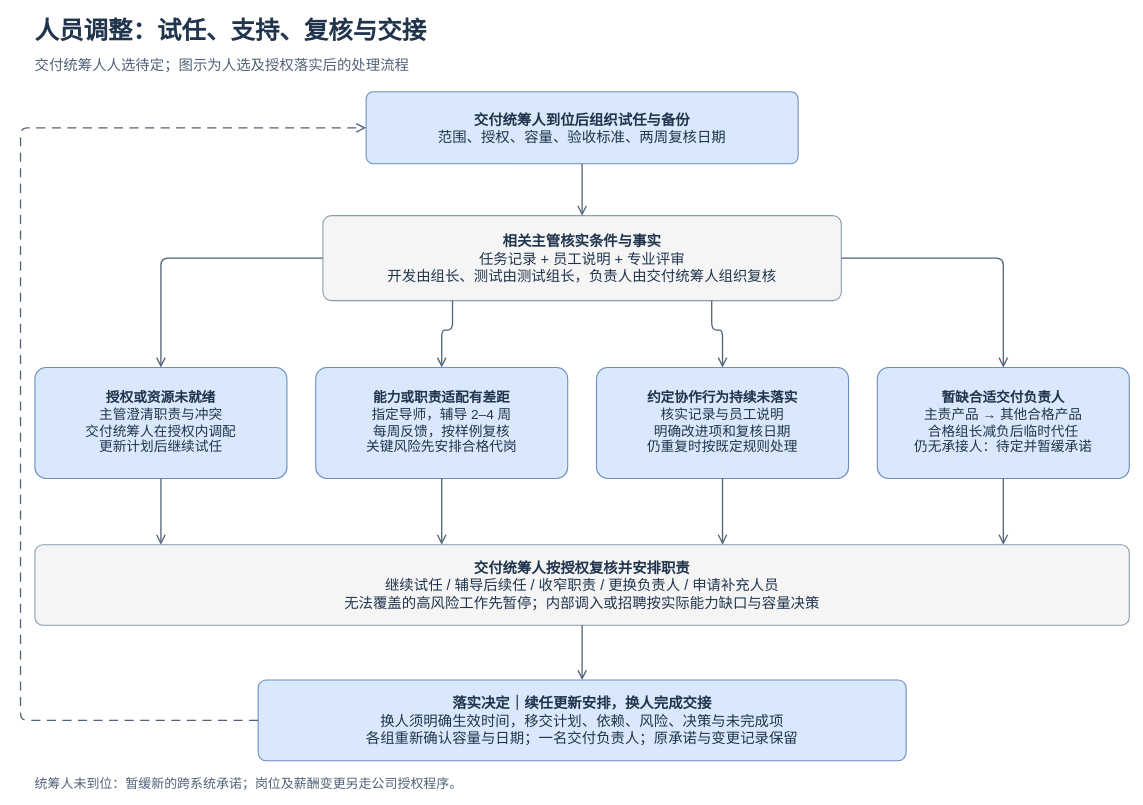
This is 部门整改/人员试任与调整机制.drawio from zhpprivate/document, a draw.io file, before an edit. Source tidied: cells renumbered, new cells numbered last; positions are measured from the earlier drawing's top-left corner, leaving out a move shared by most shapes. Both pictures are drawn from the tidied source at 72%, with x=0, y=0 at pixel (20, 12).
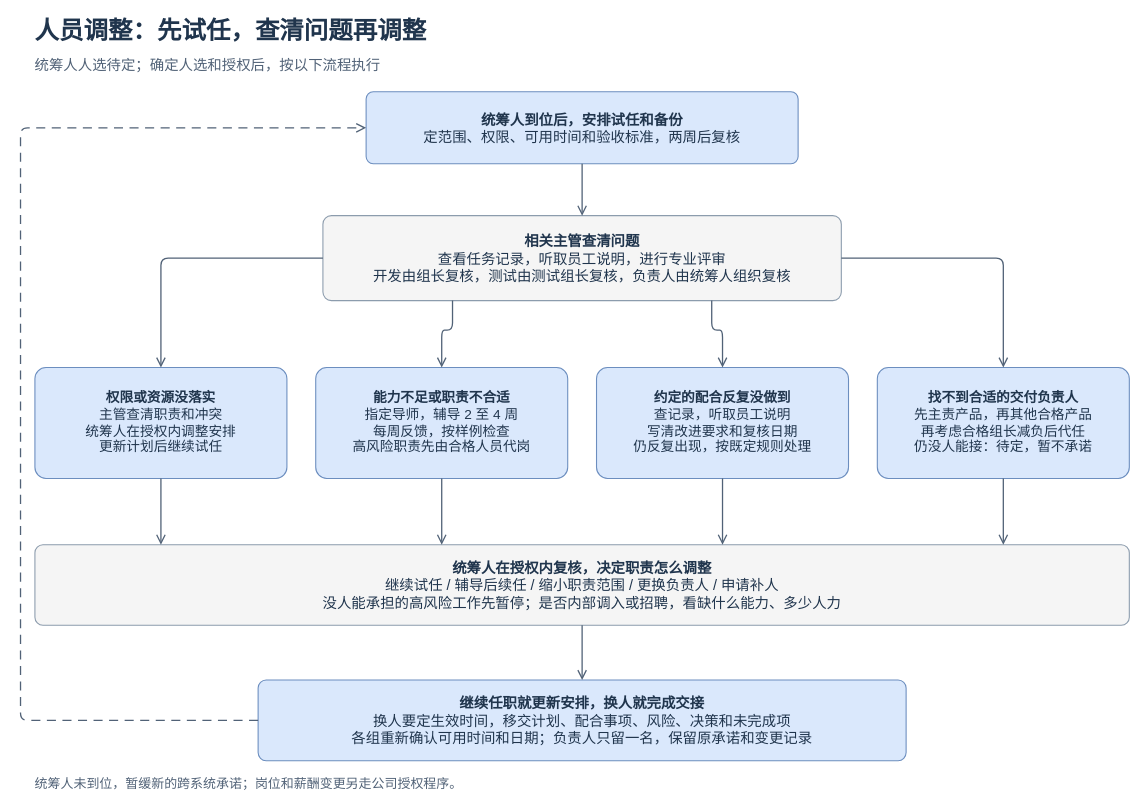
The same diagram, later.

The edit, as a diff of the source:
```diff
@@
-    <mxCell id="2" value="人员调整：试任、支持、复核与交接" style="html=1;whiteSpace=wrap;fontFamily=PingFang SC;horizontal=1;text;fillColor=none;strokeColor=none;align=left;verticalAlign=middle;fontSize=34;fontColor=#20354D;fontStyle=1;spacing=0;" parent="1" vertex="1">
+    <mxCell id="2" value="人员调整：先试任，查清问题再调整" style="html=1;whiteSpace=wrap;fontFamily=PingFang SC;horizontal=1;text;fillColor=none;strokeColor=none;align=left;verticalAlign=middle;fontSize=34;fontColor=#20354D;fontStyle=1;spacing=0;" parent="1" vertex="1">
       <mxGeometry x="20" width="1500" height="50" as="geometry" />
     </mxCell>
-    <mxCell id="3" value="交付统筹人人选待定；图示为人选及授权落实后的处理流程" style="html=1;whiteSpace=wrap;fontFamily=PingFang SC;horizontal=1;text;fillColor=none;strokeColor=none;align=left;verticalAlign=middle;fontSize=20;fontColor=#516277;fontStyle=0;spacing=0;" parent="1" vertex="1">
+    <mxCell id="3" value="统筹人人选待定；确定人选和授权后，按以下流程执行" style="html=1;whiteSpace=wrap;fontFamily=PingFang SC;horizontal=1;text;fillColor=none;strokeColor=none;align=left;verticalAlign=middle;fontSize=20;fontColor=#516277;fontStyle=0;spacing=0;" parent="1" vertex="1">
       <mxGeometry x="20" y="56" width="1520" height="32" as="geometry" />
     </mxCell>
-    <mxCell id="4" value="&lt;b&gt;交付统筹人到位后组织试任与备份&lt;/b&gt;&lt;br&gt;范围、授权、容量、验收标准、两周复核日期" style="html=1;whiteSpace=wrap;fontFamily=PingFang SC;horizontal=1;rounded=1;arcSize=10;fillColor=#DAE8FC;strokeColor=#6C8EBF;strokeWidth=1.5;fontSize=20;fontColor=#20354D;align=center;verticalAlign=middle;spacing=12;" parent="1" vertex="1">
+    <mxCell id="4" value="&lt;b&gt;统筹人到位后，安排试任和备份&lt;/b&gt;&lt;br&gt;定范围、权限、可用时间和验收标准，两周后复核" style="html=1;whiteSpace=wrap;fontFamily=PingFang SC;horizontal=1;rounded=1;arcSize=10;fillColor=#DAE8FC;strokeColor=#6C8EBF;strokeWidth=1.5;fontSize=20;fontColor=#20354D;align=center;verticalAlign=middle;spacing=12;" parent="1" vertex="1">
       <mxGeometry x="480" y="110" width="600" height="100" as="geometry" />
     </mxCell>
-    <mxCell id="5" value="&lt;b&gt;相关主管核实条件与事实&lt;/b&gt;&lt;br&gt;任务记录 + 员工说明 + 专业评审&lt;br&gt;开发由组长、测试由测试组长，负责人由交付统筹人组织复核" style="html=1;whiteSpace=wrap;fontFamily=PingFang SC;horizontal=1;rounded=1;arcSize=10;fillColor=#F5F5F5;strokeColor=#8C9CAD;strokeWidth=1.5;fontSize=20;fontColor=#20354D;align=center;verticalAlign=middle;spacing=12;" parent="1" vertex="1">
+    <mxCell id="5" value="&lt;b&gt;相关主管查清问题&lt;/b&gt;&lt;br&gt;查看任务记录，听取员工说明，进行专业评审&lt;br&gt;开发由组长复核，测试由测试组长复核，负责人由统筹人组织复核" style="html=1;whiteSpace=wrap;fontFamily=PingFang SC;horizontal=1;rounded=1;arcSize=10;fillColor=#F5F5F5;strokeColor=#8C9CAD;strokeWidth=1.5;fontSize=20;fontColor=#20354D;align=center;verticalAlign=middle;spacing=12;" parent="1" vertex="1">
       <mxGeometry x="420" y="282" width="720" height="118" as="geometry" />
     </mxCell>
@@
-    <mxCell id="7" value="&lt;b&gt;授权或资源未就绪&lt;/b&gt;&lt;br&gt;主管澄清职责与冲突&lt;br&gt;交付统筹人在授权内调配&lt;br&gt;更新计划后继续试任" style="html=1;whiteSpace=wrap;fontFamily=PingFang SC;horizontal=1;rounded=1;arcSize=10;fillColor=#DAE8FC;strokeColor=#6C8EBF;strokeWidth=1.5;fontSize=19;fontColor=#20354D;align=center;verticalAlign=middle;spacing=12;" parent="1" vertex="1">
+    <mxCell id="7" value="&lt;b&gt;权限或资源没落实&lt;/b&gt;&lt;br&gt;主管查清职责和冲突&lt;br&gt;统筹人在授权内调整安排&lt;br&gt;更新计划后继续试任" style="html=1;whiteSpace=wrap;fontFamily=PingFang SC;horizontal=1;rounded=1;arcSize=10;fillColor=#DAE8FC;strokeColor=#6C8EBF;strokeWidth=1.5;fontSize=19;fontColor=#20354D;align=center;verticalAlign=middle;spacing=12;" parent="1" vertex="1">
       <mxGeometry x="20" y="493" width="350" height="154" as="geometry" />
     </mxCell>
-    <mxCell id="8" value="&lt;b&gt;能力或职责适配有差距&lt;/b&gt;&lt;br&gt;指定导师，辅导 2–4 周&lt;br&gt;每周反馈，按样例复核&lt;br&gt;关键风险先安排合格代岗" style="html=1;whiteSpace=wrap;fontFamily=PingFang SC;horizontal=1;rounded=1;arcSize=10;fillColor=#DAE8FC;strokeColor=#6C8EBF;strokeWidth=1.5;fontSize=19;fontColor=#20354D;align=center;verticalAlign=middle;spacing=12;" parent="1" vertex="1">
+    <mxCell id="8" value="&lt;b&gt;能力不足或职责不合适&lt;/b&gt;&lt;br&gt;指定导师，辅导 2 至 4 周&lt;br&gt;每周反馈，按样例检查&lt;br&gt;高风险职责先由合格人员代岗" style="html=1;whiteSpace=wrap;fontFamily=PingFang SC;horizontal=1;rounded=1;arcSize=10;fillColor=#DAE8FC;strokeColor=#6C8EBF;strokeWidth=1.5;fontSize=19;fontColor=#20354D;align=center;verticalAlign=middle;spacing=12;" parent="1" vertex="1">
       <mxGeometry x="410" y="493" width="350" height="154" as="geometry" />
     </mxCell>
-    <mxCell id="9" value="&lt;b&gt;约定协作行为持续未落实&lt;/b&gt;&lt;br&gt;核实记录与员工说明&lt;br&gt;明确改进项和复核日期&lt;br&gt;仍重复时按既定规则处理" style="html=1;whiteSpace=wrap;fontFamily=PingFang SC;horizontal=1;rounded=1;arcSize=10;fillColor=#DAE8FC;strokeColor=#6C8EBF;strokeWidth=1.5;fontSize=19;fontColor=#20354D;align=center;verticalAlign=middle;spacing=12;" parent="1" vertex="1">
+    <mxCell id="9" value="&lt;b&gt;约定的配合反复没做到&lt;/b&gt;&lt;br&gt;查记录，听取员工说明&lt;br&gt;写清改进要求和复核日期&lt;br&gt;仍反复出现，按既定规则处理" style="html=1;whiteSpace=wrap;fontFamily=PingFang SC;horizontal=1;rounded=1;arcSize=10;fillColor=#DAE8FC;strokeColor=#6C8EBF;strokeWidth=1.5;fontSize=19;fontColor=#20354D;align=center;verticalAlign=middle;spacing=12;" parent="1" vertex="1">
       <mxGeometry x="800" y="493" width="350" height="154" as="geometry" />
     </mxCell>
-    <mxCell id="10" value="&lt;b&gt;暂缺合适交付负责人&lt;/b&gt;&lt;br&gt;主责产品 → 其他合格产品&lt;br&gt;合格组长减负后临时代任&lt;br&gt;仍无承接人：待定并暂缓承诺" style="html=1;whiteSpace=wrap;fontFamily=PingFang SC;horizontal=1;rounded=1;arcSize=10;fillColor=#DAE8FC;strokeColor=#6C8EBF;strokeWidth=1.5;fontSize=19;fontColor=#20354D;align=center;verticalAlign=middle;spacing=12;" parent="1" vertex="1">
+    <mxCell id="10" value="&lt;b&gt;找不到合适的交付负责人&lt;/b&gt;&lt;br&gt;先主责产品，再其他合格产品&lt;br&gt;再考虑合格组长减负后代任&lt;br&gt;仍没人能接：待定，暂不承诺" style="html=1;whiteSpace=wrap;fontFamily=PingFang SC;horizontal=1;rounded=1;arcSize=10;fillColor=#DAE8FC;strokeColor=#6C8EBF;strokeWidth=1.5;fontSize=19;fontColor=#20354D;align=center;verticalAlign=middle;spacing=12;" parent="1" vertex="1">
       <mxGeometry x="1190" y="493" width="350" height="154" as="geometry" />
     </mxCell>
@@
-    <mxCell id="15" value="&lt;b&gt;交付统筹人按授权复核并安排职责&lt;/b&gt;&lt;br&gt;继续试任 / 辅导后续任 / 收窄职责 / 更换负责人 / 申请补充人员&lt;br&gt;无法覆盖的高风险工作先暂停；内部调入或招聘按实际能力缺口与容量决策" style="html=1;whiteSpace=wrap;fontFamily=PingFang SC;horizontal=1;rounded=1;arcSize=10;fillColor=#F5F5F5;strokeColor=#8C9CAD;strokeWidth=1.5;fontSize=20;fontColor=#20354D;align=center;verticalAlign=middle;spacing=12;" parent="1" vertex="1">
+    <mxCell id="15" value="&lt;b&gt;统筹人在授权内复核，决定职责怎么调整&lt;/b&gt;&lt;br&gt;继续试任 / 辅导后续任 / 缩小职责范围 / 更换负责人 / 申请补人&lt;br&gt;没人能承担的高风险工作先暂停；是否内部调入或招聘，看缺什么能力、多少人力" style="html=1;whiteSpace=wrap;fontFamily=PingFang SC;horizontal=1;rounded=1;arcSize=10;fillColor=#F5F5F5;strokeColor=#8C9CAD;strokeWidth=1.5;fontSize=20;fontColor=#20354D;align=center;verticalAlign=middle;spacing=12;" parent="1" vertex="1">
       <mxGeometry x="20" y="739" width="1520" height="112" as="geometry" />
     </mxCell>
@@
-    <mxCell id="20" value="&lt;b&gt;落实决定｜续任更新安排，换人完成交接&lt;/b&gt;&lt;br&gt;换人须明确生效时间，移交计划、依赖、风险、决策与未完成项&lt;br&gt;各组重新确认容量与日期；一名交付负责人；原承诺与变更记录保留" style="html=1;whiteSpace=wrap;fontFamily=PingFang SC;horizontal=1;rounded=1;arcSize=10;fillColor=#DAE8FC;strokeColor=#6C8EBF;strokeWidth=1.5;fontSize=20;fontColor=#20354D;align=center;verticalAlign=middle;spacing=12;" parent="1" vertex="1">
+    <mxCell id="20" value="&lt;b&gt;继续任职就更新安排，换人就完成交接&lt;/b&gt;&lt;br&gt;换人要定生效时间，移交计划、配合事项、风险、决策和未完成项&lt;br&gt;各组重新确认可用时间和日期；负责人只留一名，保留原承诺和变更记录" style="html=1;whiteSpace=wrap;fontFamily=PingFang SC;horizontal=1;rounded=1;arcSize=10;fillColor=#DAE8FC;strokeColor=#6C8EBF;strokeWidth=1.5;fontSize=20;fontColor=#20354D;align=center;verticalAlign=middle;spacing=12;" parent="1" vertex="1">
       <mxGeometry x="330" y="927" width="900" height="112" as="geometry" />
     </mxCell>
@@
-    <mxCell id="23" value="统筹人未到位：暂缓新的跨系统承诺；岗位及薪酬变更另走公司授权程序。" style="html=1;whiteSpace=wrap;fontFamily=PingFang SC;horizontal=1;text;fillColor=none;strokeColor=none;align=left;verticalAlign=middle;fontSize=18;fontColor=#516277;fontStyle=0;spacing=0;" parent="1" vertex="1">
+    <mxCell id="23" value="统筹人未到位，暂缓新的跨系统承诺；岗位和薪酬变更另走公司授权程序。" style="html=1;whiteSpace=wrap;fontFamily=PingFang SC;horizontal=1;text;fillColor=none;strokeColor=none;align=left;verticalAlign=middle;fontSize=18;fontColor=#516277;fontStyle=0;spacing=0;" parent="1" vertex="1">
       <mxGeometry x="20" y="1058" width="1520" height="26" as="geometry" />
     </mxCell>
```
